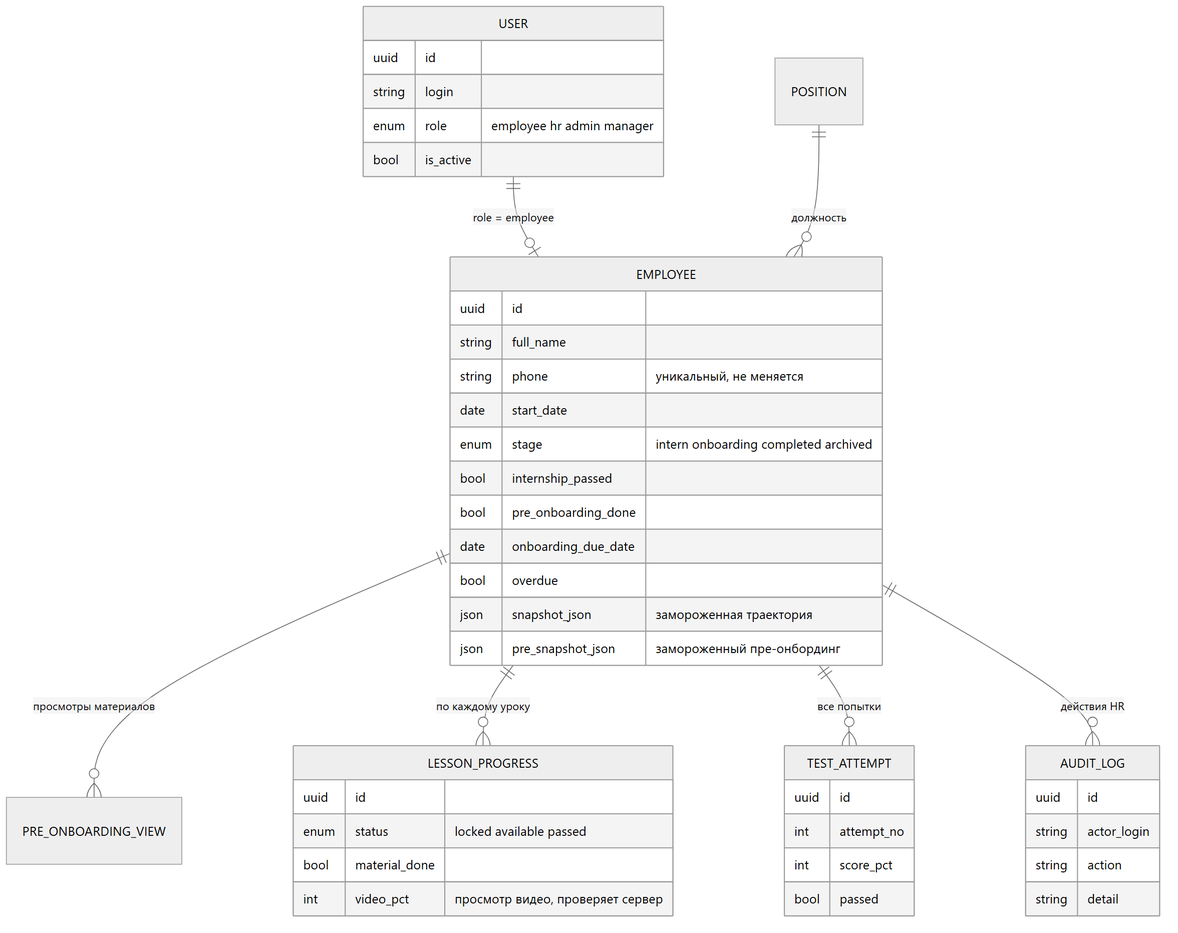
The Mermaid diagram diagrams/png/03-er-people-progress.png in meirshon999/hr-lms, before a commit. Its source is kept beside it as diagrams/src/03-er-people-progress.mmd. Its diagram source:
```mermaid
erDiagram
    USER ||--o| EMPLOYEE : "role = employee"
    POSITION ||--o{ EMPLOYEE : "должность"
    EMPLOYEE ||--o{ PRE_ONBOARDING_VIEW : "просмотры материалов"
    EMPLOYEE ||--o{ LESSON_PROGRESS : "по каждому уроку"
    EMPLOYEE ||--o{ TEST_ATTEMPT : "все попытки"
    EMPLOYEE ||--o{ AUDIT_LOG : "действия HR"
    USER {
      uuid id
      string login
      enum role "employee hr admin manager"
      bool is_active
    }
    EMPLOYEE {
      uuid id
      string full_name
      string phone "уникальный, не меняется"
      date start_date
      enum stage "intern onboarding completed archived"
      bool internship_passed
      bool pre_onboarding_done
      date onboarding_due_date
      bool overdue
      json snapshot_json "замороженная траектория"
      json pre_snapshot_json "замороженный пре-онбординг"
    }
    LESSON_PROGRESS {
      uuid id
      enum status "locked available passed"
      bool material_done
      int video_pct "просмотр видео, проверяет сервер"
    }
    TEST_ATTEMPT {
      uuid id
      int attempt_no
      int score_pct
      bool passed
    }
    AUDIT_LOG {
      uuid id
      string actor_login
      string action
      string detail
    }
```
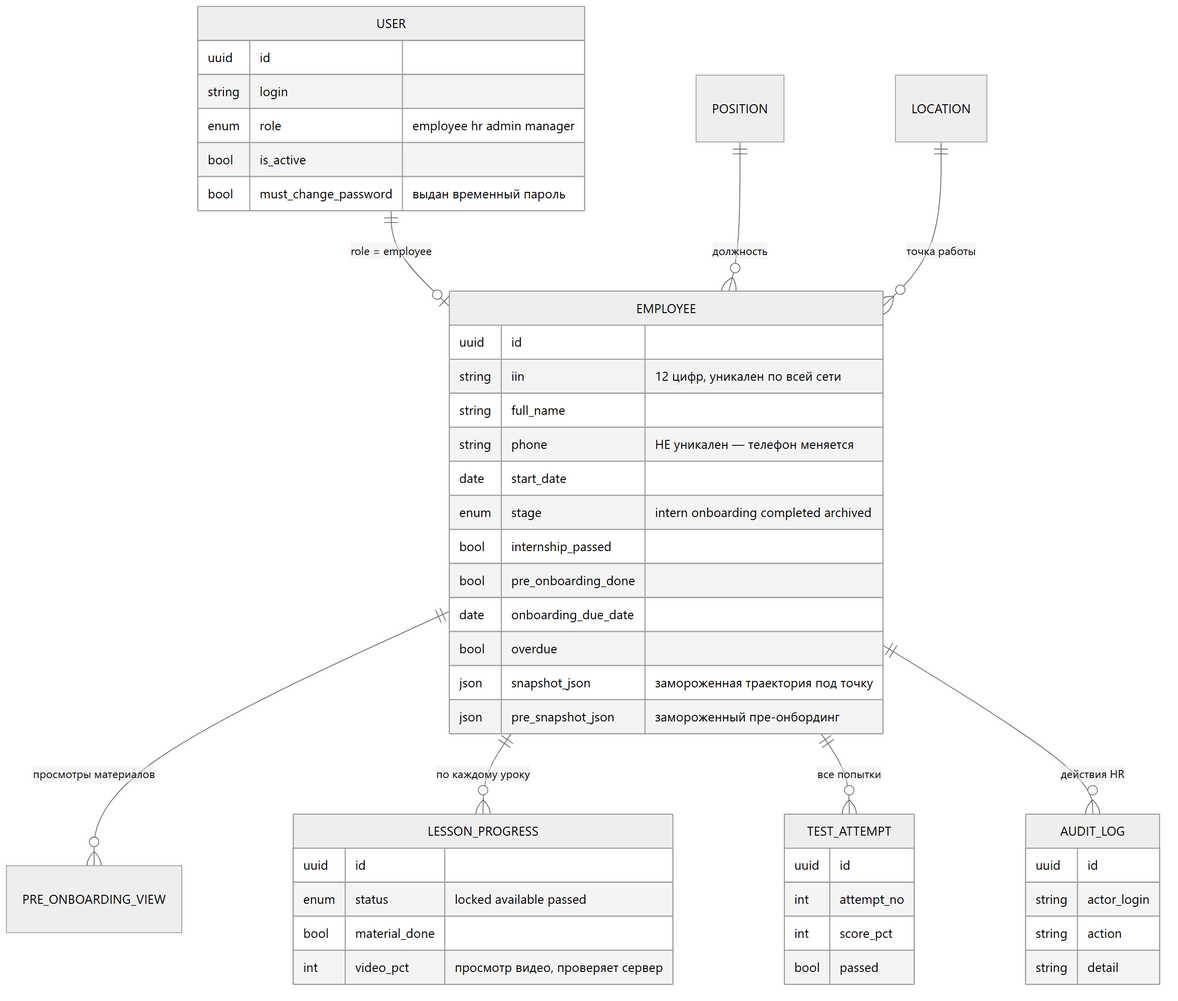
After the commit.

The edit, as a diff of the source:
```diff
@@ -1,6 +1,7 @@
 erDiagram
     USER ||--o| EMPLOYEE : "role = employee"
     POSITION ||--o{ EMPLOYEE : "должность"
+    LOCATION ||--o{ EMPLOYEE : "точка работы"
     EMPLOYEE ||--o{ PRE_ONBOARDING_VIEW : "просмотры материалов"
     EMPLOYEE ||--o{ LESSON_PROGRESS : "по каждому уроку"
     EMPLOYEE ||--o{ TEST_ATTEMPT : "все попытки"
@@ -10,18 +11,20 @@
       string login
       enum role "employee hr admin manager"
       bool is_active
+      bool must_change_password "выдан временный пароль"
     }
     EMPLOYEE {
       uuid id
+      string iin "12 цифр, уникален по всей сети"
       string full_name
-      string phone "уникальный, не меняется"
+      string phone "НЕ уникален — телефон меняется"
       date start_date
       enum stage "intern onboarding completed archived"
       bool internship_passed
       bool pre_onboarding_done
       date onboarding_due_date
       bool overdue
-      json snapshot_json "замороженная траектория"
+      json snapshot_json "замороженная траектория под точку"
       json pre_snapshot_json "замороженный пре-онбординг"
     }
     LESSON_PROGRESS {
```
